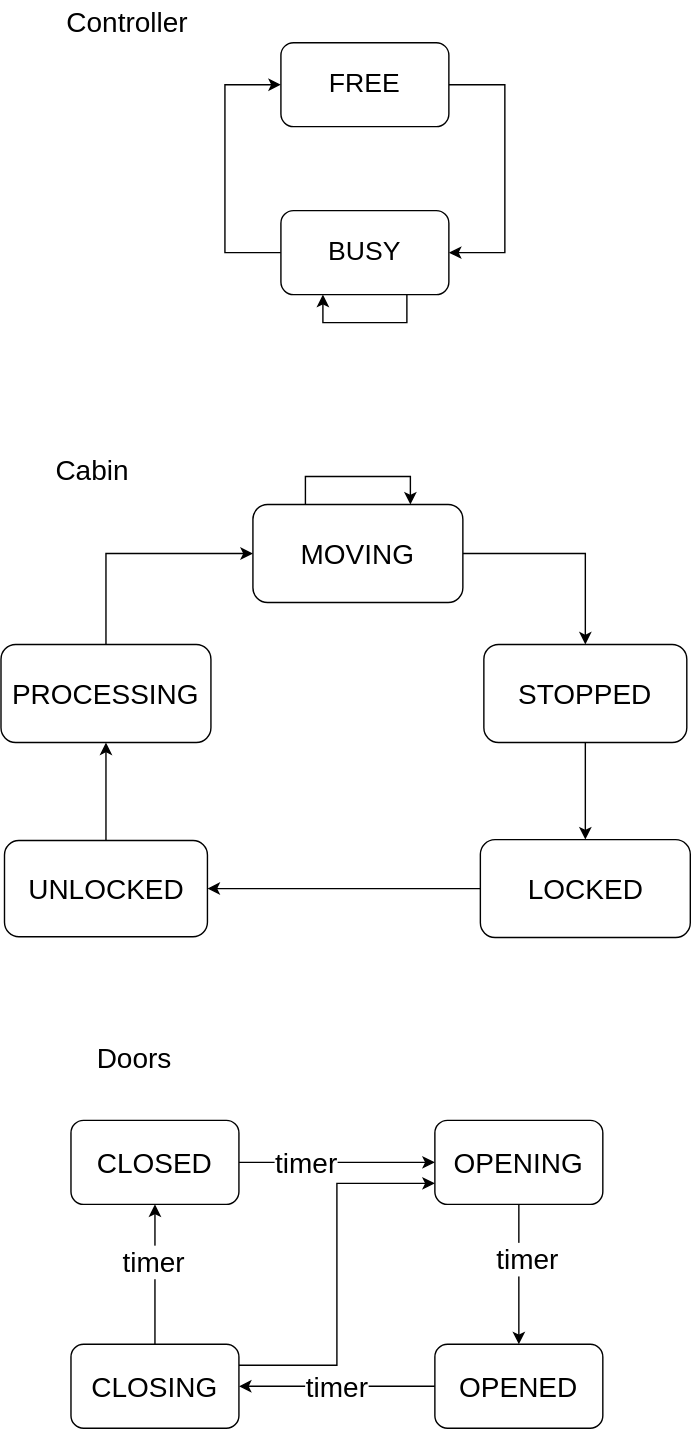
Earlier version of the draw.io export lab_04/docs/lab_04.svg (ivaaahn/bmstu-oop). Source tidied: cells renumbered, new cells last; positions are measured from the earlier drawing's top-left corner, leaving out a move shared by most shapes.
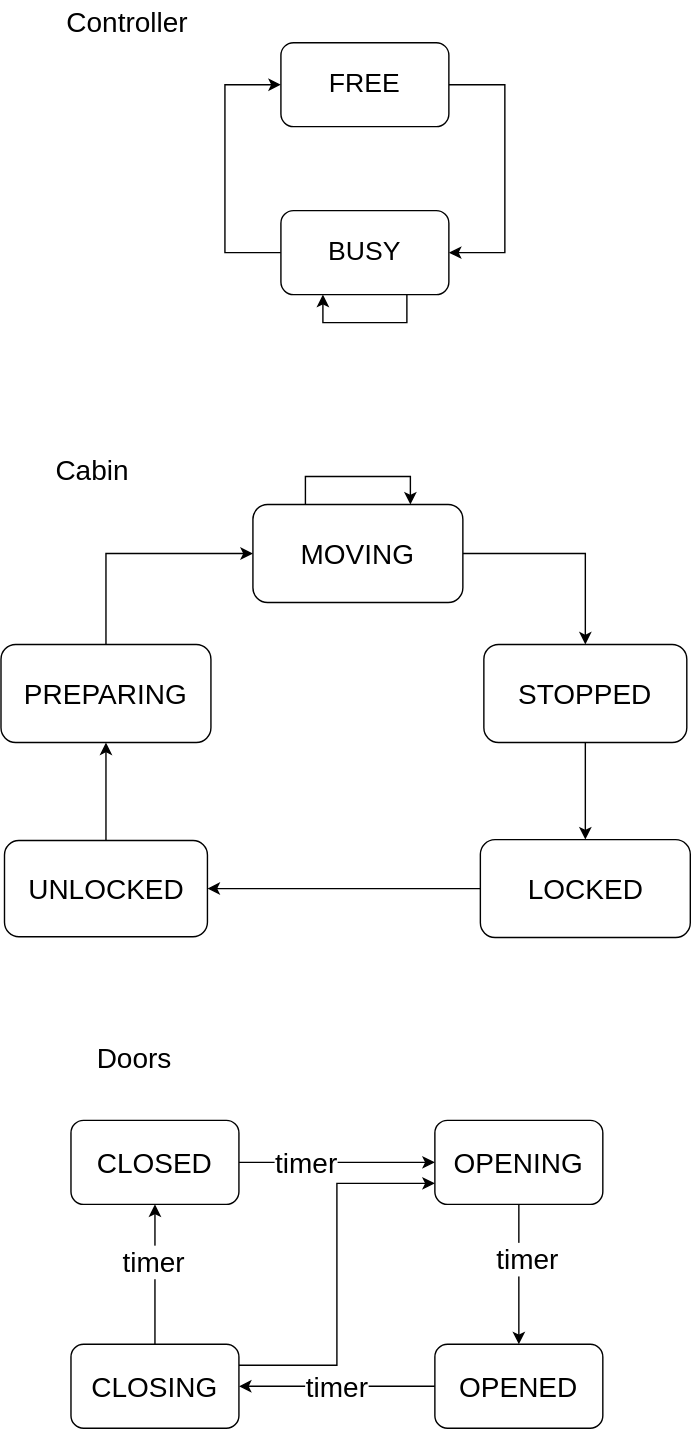
The same diagram one commit later.

Diff of the diagram source:
```diff
@@ -109,7 +109,7 @@
     <mxCell id="30" style="edgeStyle=orthogonalEdgeStyle;rounded=0;jettySize=auto;html=1;exitX=0.5;exitY=0;exitDx=0;exitDy=0;entryX=0;entryY=0.5;entryDx=0;entryDy=0;fontSize=20;" parent="1" edge="1" source="31" target="10">
       <mxGeometry relative="1" as="geometry" />
     </mxCell>
-    <mxCell id="31" value="PROCESSING" style="rounded=1;whiteSpace=wrap;html=1;fontSize=20;" parent="1" vertex="1">
+    <mxCell id="31" value="PREPARING" style="rounded=1;whiteSpace=wrap;html=1;fontSize=20;" parent="1" vertex="1">
       <mxGeometry y="460" width="150" height="70" as="geometry" />
     </mxCell>
     <mxCell id="32" style="edgeStyle=orthogonalEdgeStyle;rounded=0;orthogonalLoop=1;jettySize=auto;html=1;exitX=0.25;exitY=0;exitDx=0;exitDy=0;entryX=0.75;entryY=0;entryDx=0;entryDy=0;fontSize=20;" parent="1" edge="1" source="10" target="10">
```
